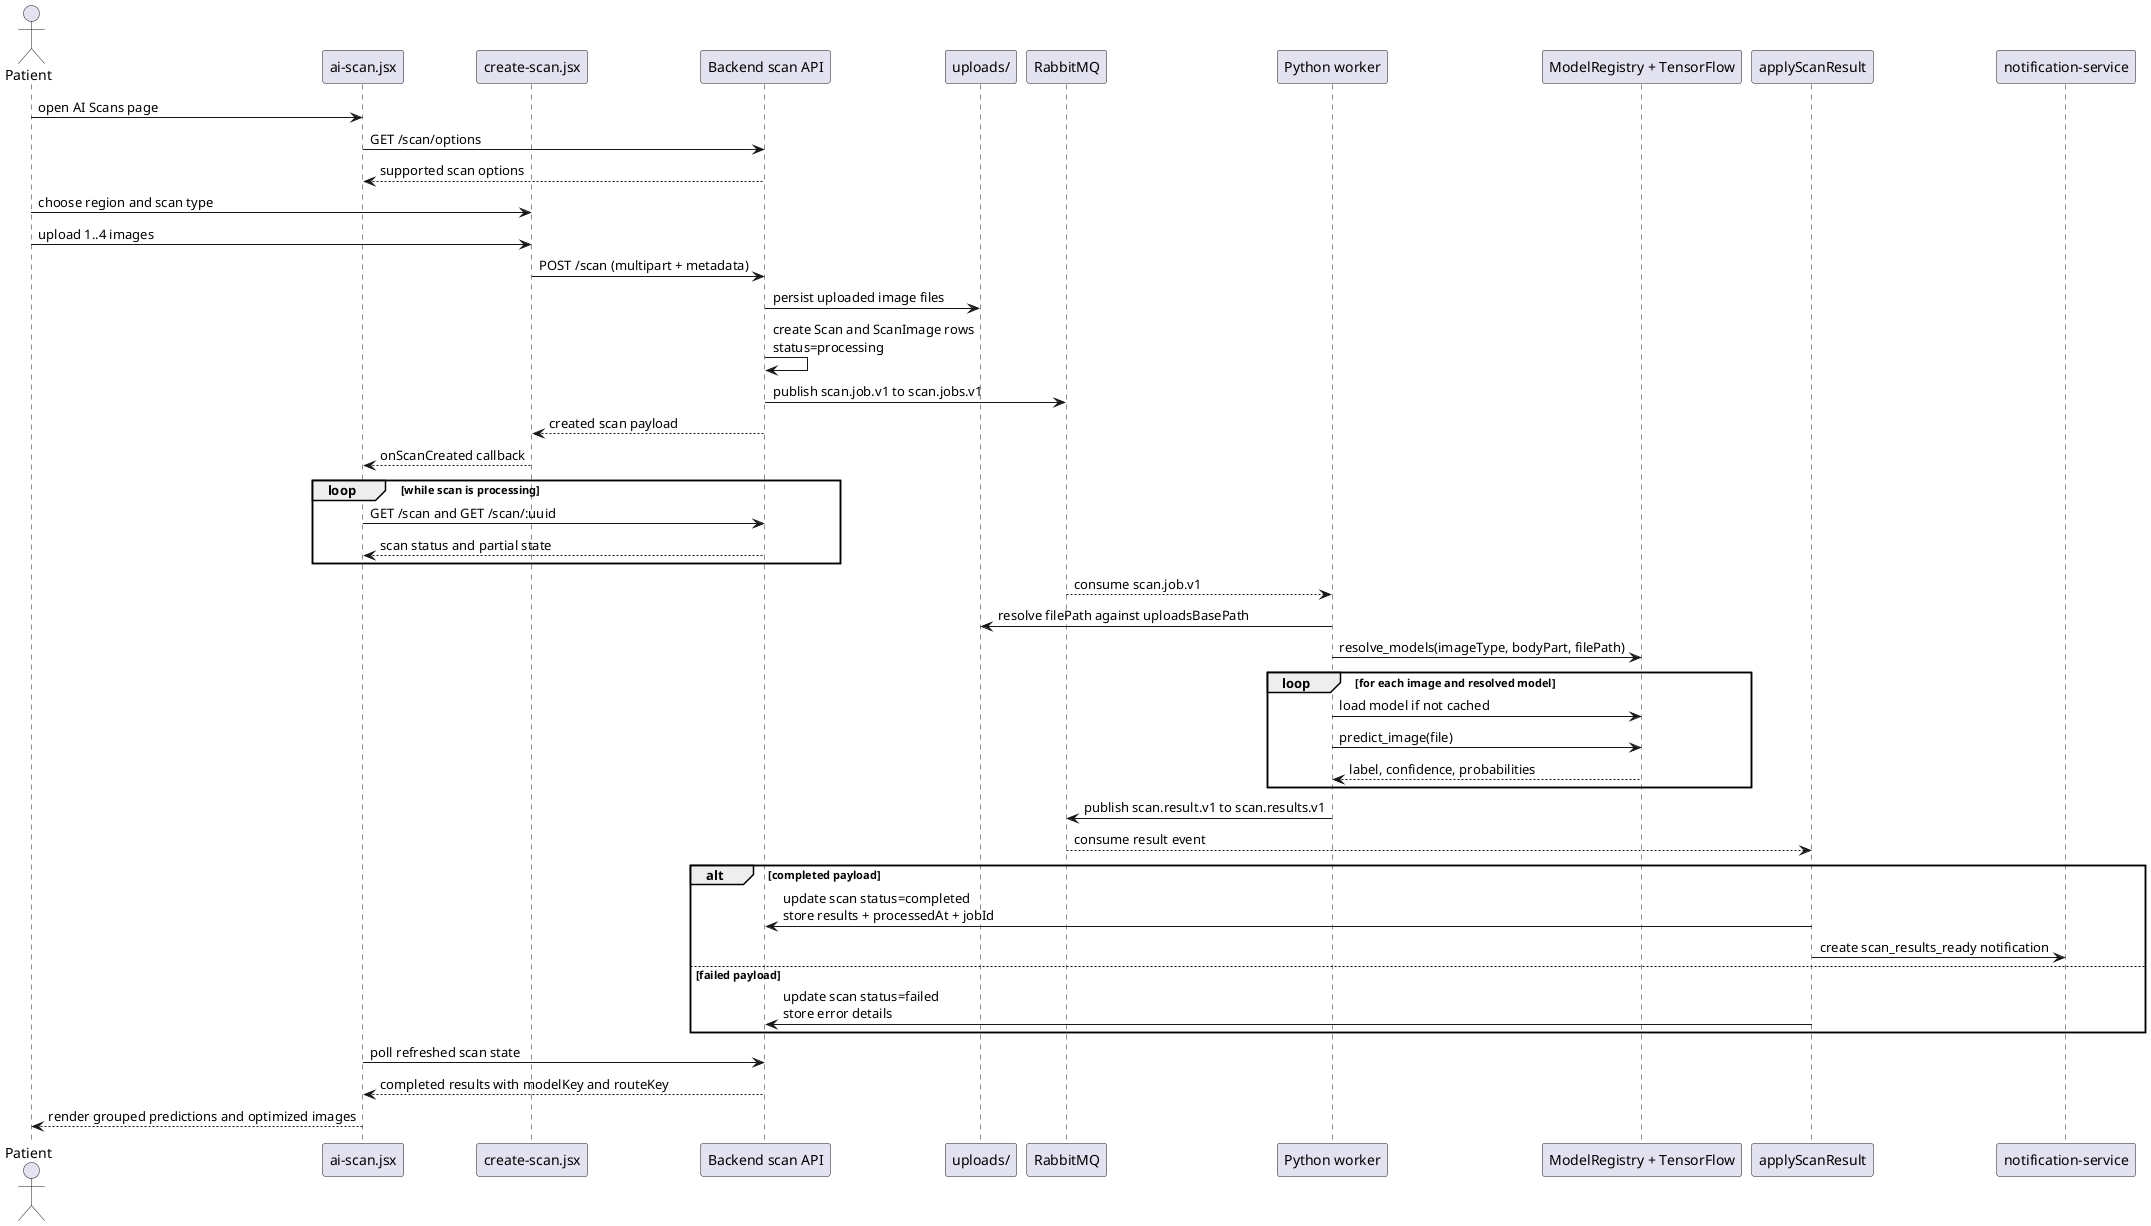
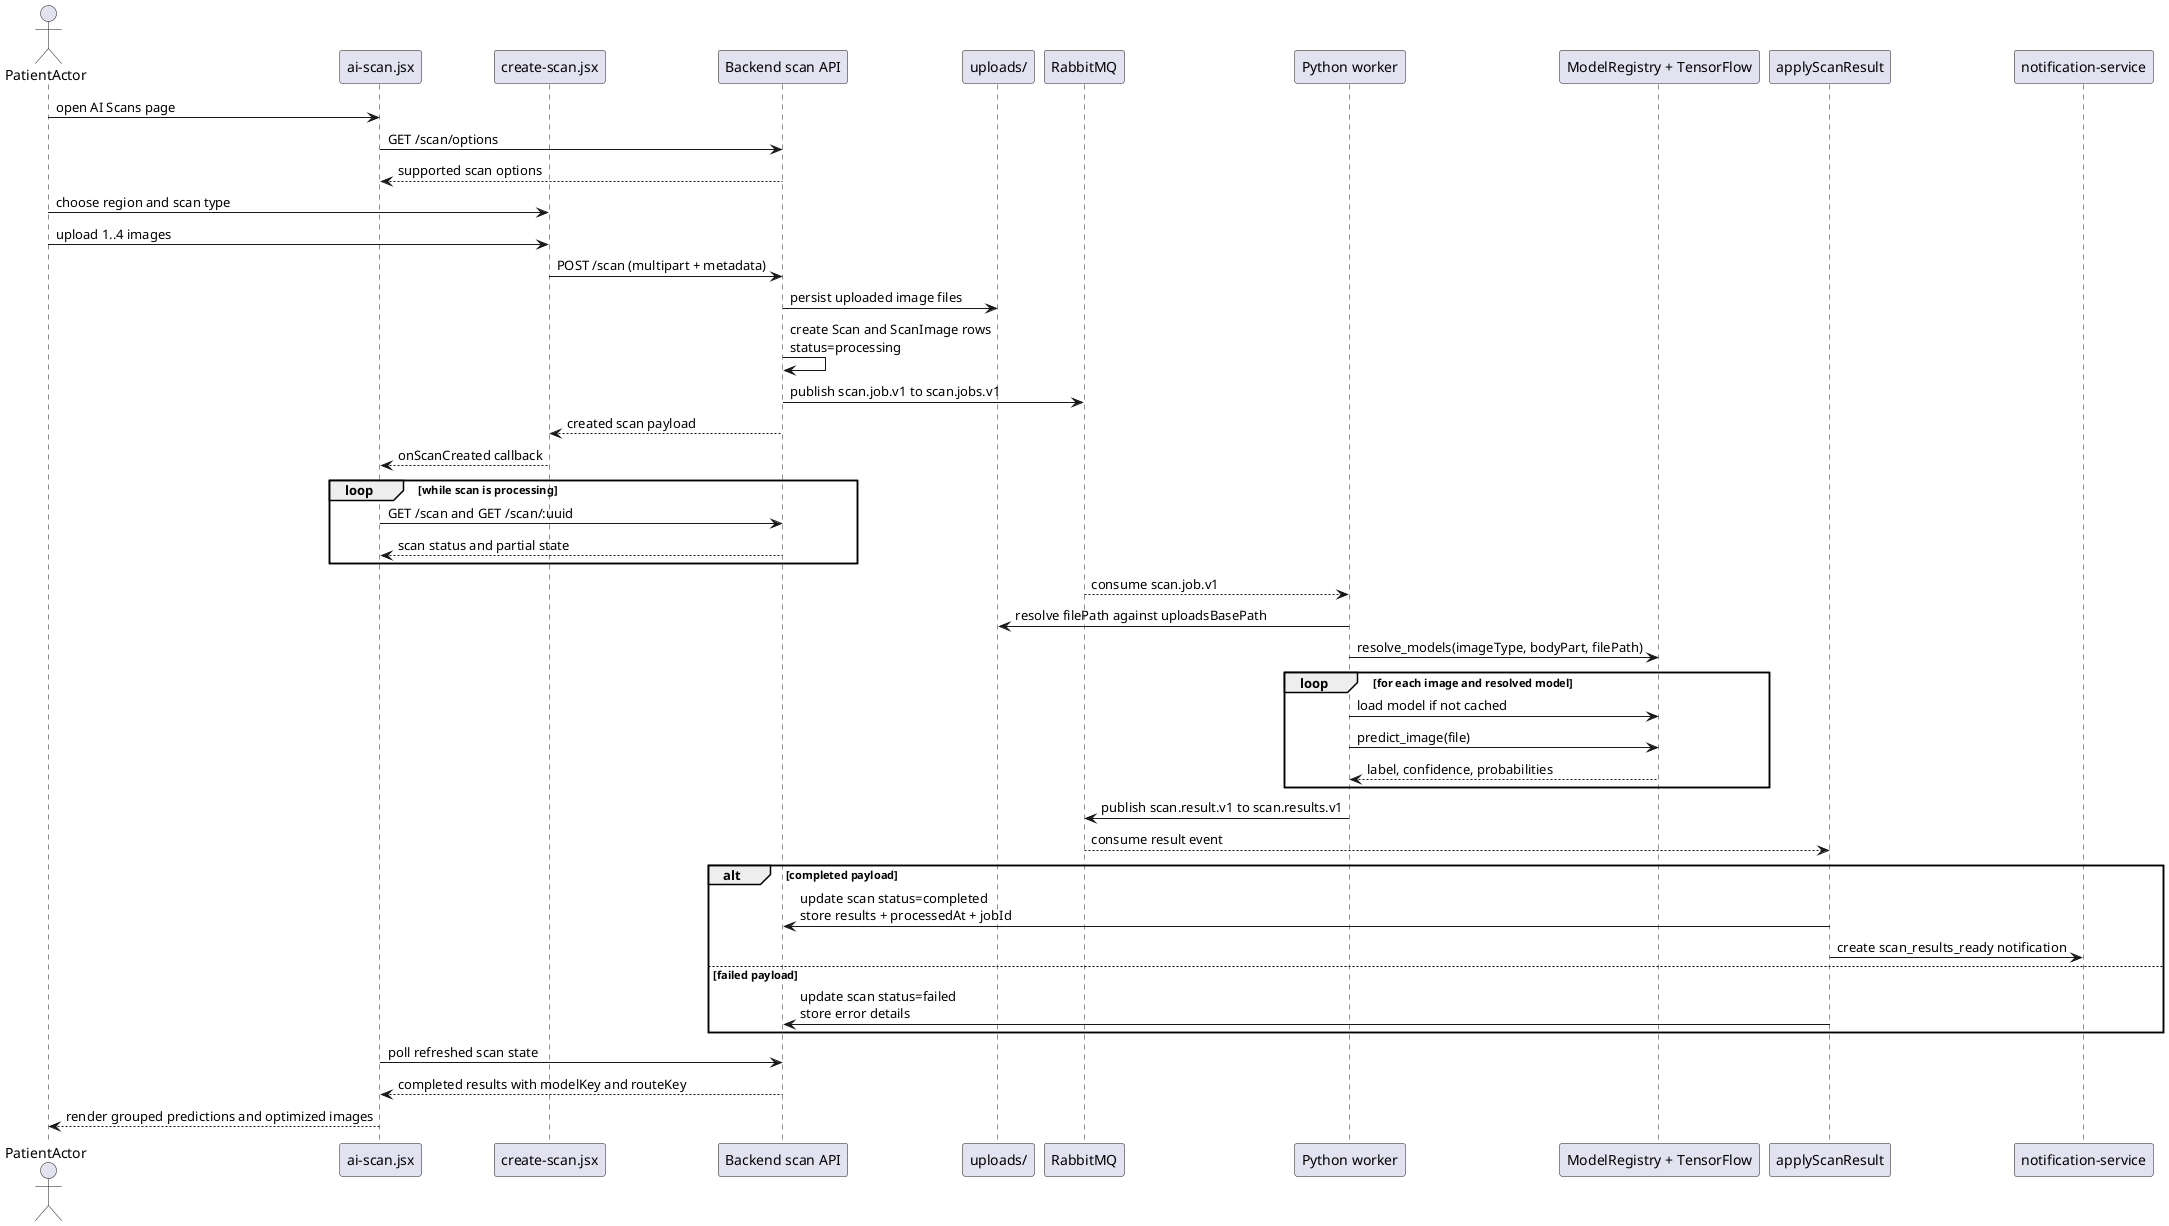
@startuml
- actor Patient
+ actor PatientActor
participant "ai-scan.jsx" as ScanPage
participant "create-scan.jsx" as CreateModal
participant "Backend scan API" as API
participant "uploads/" as Storage
participant RabbitMQ as MQ
participant "Python worker" as Worker
participant "ModelRegistry + TensorFlow" as Models
participant applyScanResult as ResultService
participant "notification-service" as Notifications

- Patient -> ScanPage : open AI Scans page
+ PatientActor -> ScanPage : open AI Scans page
ScanPage -> API : GET /scan/options
API --> ScanPage : supported scan options

- Patient -> CreateModal : choose region and scan type
- Patient -> CreateModal : upload 1..4 images
+ PatientActor -> CreateModal : choose region and scan type
+ PatientActor -> CreateModal : upload 1..4 images
CreateModal -> API : POST /scan (multipart + metadata)
API -> Storage : persist uploaded image files
API -> API : create Scan and ScanImage rows\nstatus=processing
API -> MQ : publish scan.job.v1 to scan.jobs.v1
API --> CreateModal : created scan payload
CreateModal --> ScanPage : onScanCreated callback

loop while scan is processing
  ScanPage -> API : GET /scan and GET /scan/:uuid
  API --> ScanPage : scan status and partial state
end

MQ --> Worker : consume scan.job.v1
Worker -> Storage : resolve filePath against uploadsBasePath
Worker -> Models : resolve_models(imageType, bodyPart, filePath)

loop for each image and resolved model
  Worker -> Models : load model if not cached
  Worker -> Models : predict_image(file)
  Models --> Worker : label, confidence, probabilities
end

Worker -> MQ : publish scan.result.v1 to scan.results.v1
MQ --> ResultService : consume result event

alt completed payload
  ResultService -> API : update scan status=completed\nstore results + processedAt + jobId
  ResultService -> Notifications : create scan_results_ready notification
else failed payload
  ResultService -> API : update scan status=failed\nstore error details
end

ScanPage -> API : poll refreshed scan state
API --> ScanPage : completed results with modelKey and routeKey
- ScanPage --> Patient : render grouped predictions and optimized images
+ ScanPage --> PatientActor : render grouped predictions and optimized images

@enduml